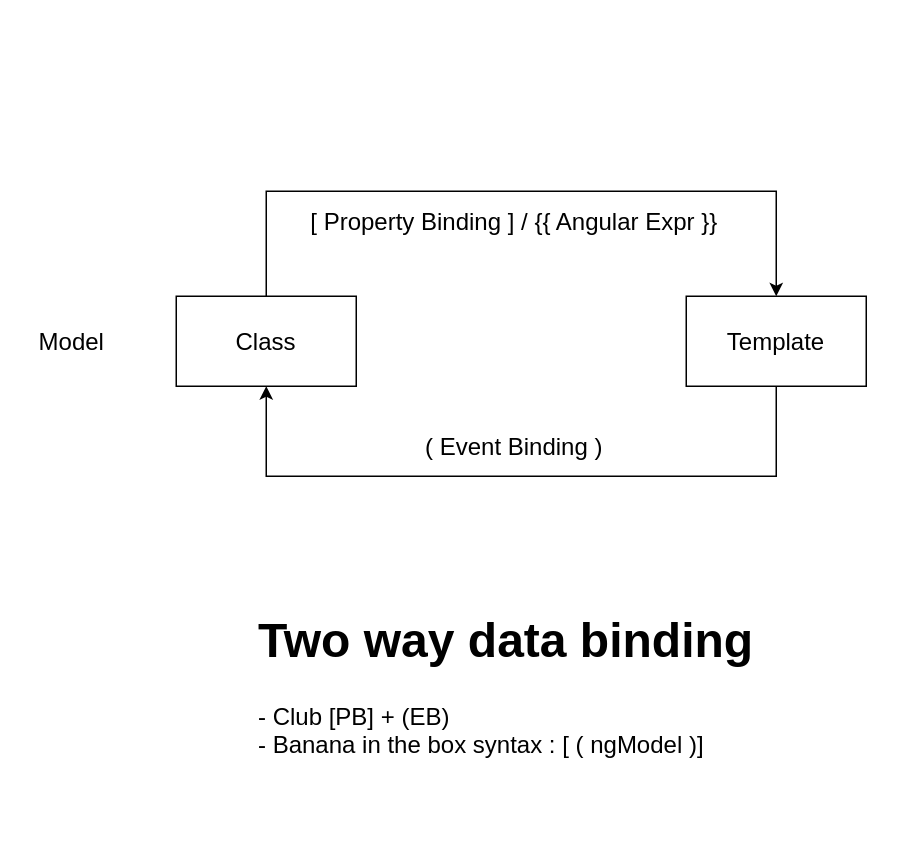
The draw.io diagram page "Page-3" (3 of 5) of diagrams.drawio in synergy2411/ng-feb-21, before the edit. Source tidied: cells renumbered, new cells numbered last; positions are measured from the earlier drawing's top-left corner, leaving out a move shared by most shapes. Both pictures are drawn from the tidied source at 150%, with x=0, y=0 at pixel (26, 190).
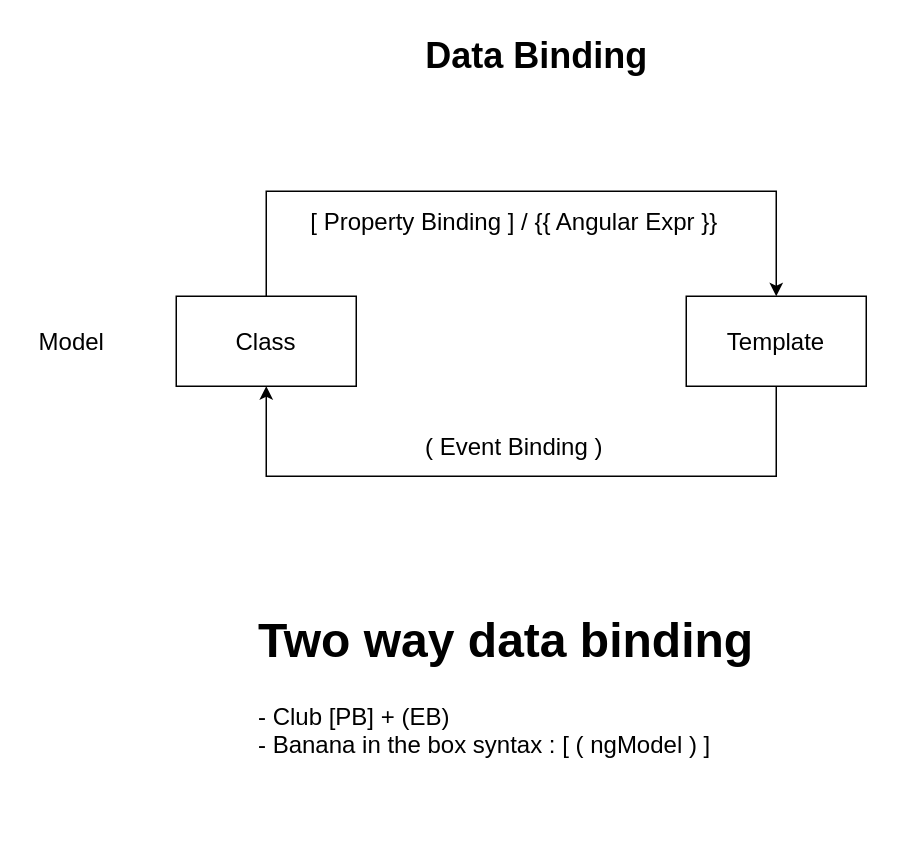
After the change.

What changed in the source:
```diff
@@
 <mxGraphModel>
   <root>
     <mxCell id="0" />
     <mxCell id="1" parent="0" />
     <mxCell id="2" style="edgeStyle=orthogonalEdgeStyle;rounded=0;jettySize=auto;html=1;exitX=0.5;exitY=0;exitDx=0;exitDy=0;entryX=0.5;entryY=0;entryDx=0;entryDy=0;fontSize=16;" parent="1" edge="1" source="3" target="5">
       <mxGeometry relative="1" as="geometry">
         <Array as="points">
           <mxPoint x="160" />
           <mxPoint x="500" />
         </Array>
       </mxGeometry>
     </mxCell>
     <mxCell id="3" value="Class" style="rounded=0;whiteSpace=wrap;html=1;fontSize=16;" parent="1" vertex="1">
       <mxGeometry x="100" y="70" width="120" height="60" as="geometry" />
     </mxCell>
     <mxCell id="4" style="edgeStyle=orthogonalEdgeStyle;rounded=0;jettySize=auto;html=1;exitX=0.5;exitY=1;exitDx=0;exitDy=0;entryX=0.5;entryY=1;entryDx=0;entryDy=0;fontSize=16;" parent="1" edge="1" source="5" target="3">
       <mxGeometry relative="1" as="geometry">
         <Array as="points">
           <mxPoint x="500" y="190" />
           <mxPoint x="160" y="190" />
         </Array>
       </mxGeometry>
     </mxCell>
     <mxCell id="5" value="Template" style="rounded=0;whiteSpace=wrap;html=1;fontSize=16;" parent="1" vertex="1">
       <mxGeometry x="440" y="70" width="120" height="60" as="geometry" />
     </mxCell>
     <mxCell id="6" value="Model" style="text;html=1;align=center;verticalAlign=middle;strokeColor=none;fillColor=none;fontSize=16;" parent="1" vertex="1">
       <mxGeometry y="90" width="60" height="20" as="geometry" />
     </mxCell>
     <mxCell id="7" value="[ Property Binding ] / {{ Angular Expr }}" style="text;html=1;align=center;verticalAlign=middle;strokeColor=none;fillColor=none;fontSize=16;" parent="1" vertex="1">
       <mxGeometry x="180" y="10" width="290" height="20" as="geometry" />
     </mxCell>
     <mxCell id="8" value="( Event Binding )" style="text;html=1;align=center;verticalAlign=middle;strokeColor=none;fillColor=none;fontSize=16;" parent="1" vertex="1">
       <mxGeometry x="260" y="160" width="130" height="20" as="geometry" />
     </mxCell>
-    <mxCell id="9" value="&lt;h1&gt;Two way data binding&lt;/h1&gt;&lt;div&gt;- Club [PB] + (EB)&lt;/div&gt;&lt;div&gt;- Banana in the box syntax : [ ( ngModel )]&lt;/div&gt;" style="text;html=1;strokeColor=none;fillColor=none;spacing=5;spacingTop=-20;whiteSpace=wrap;overflow=hidden;rounded=0;fontSize=16;" parent="1" vertex="1">
+    <mxCell id="9" value="&lt;h1&gt;Two way data binding&lt;/h1&gt;&lt;div&gt;- Club [PB] + (EB)&lt;/div&gt;&lt;div&gt;- Banana in the box syntax : [ ( ngModel ) ]&lt;/div&gt;" style="text;html=1;strokeColor=none;fillColor=none;spacing=5;spacingTop=-20;whiteSpace=wrap;overflow=hidden;rounded=0;fontSize=16;" parent="1" vertex="1">
       <mxGeometry x="150" y="270" width="430" height="160" as="geometry" />
     </mxCell>
+    <mxCell id="10" value="Data Binding" style="text;strokeColor=none;fillColor=none;html=1;fontSize=24;fontStyle=1;verticalAlign=middle;align=center;" parent="1" vertex="1">
+      <mxGeometry x="290" y="-110" width="100" height="40" as="geometry" />
+    </mxCell>
   </root>
 </mxGraphModel>
```
